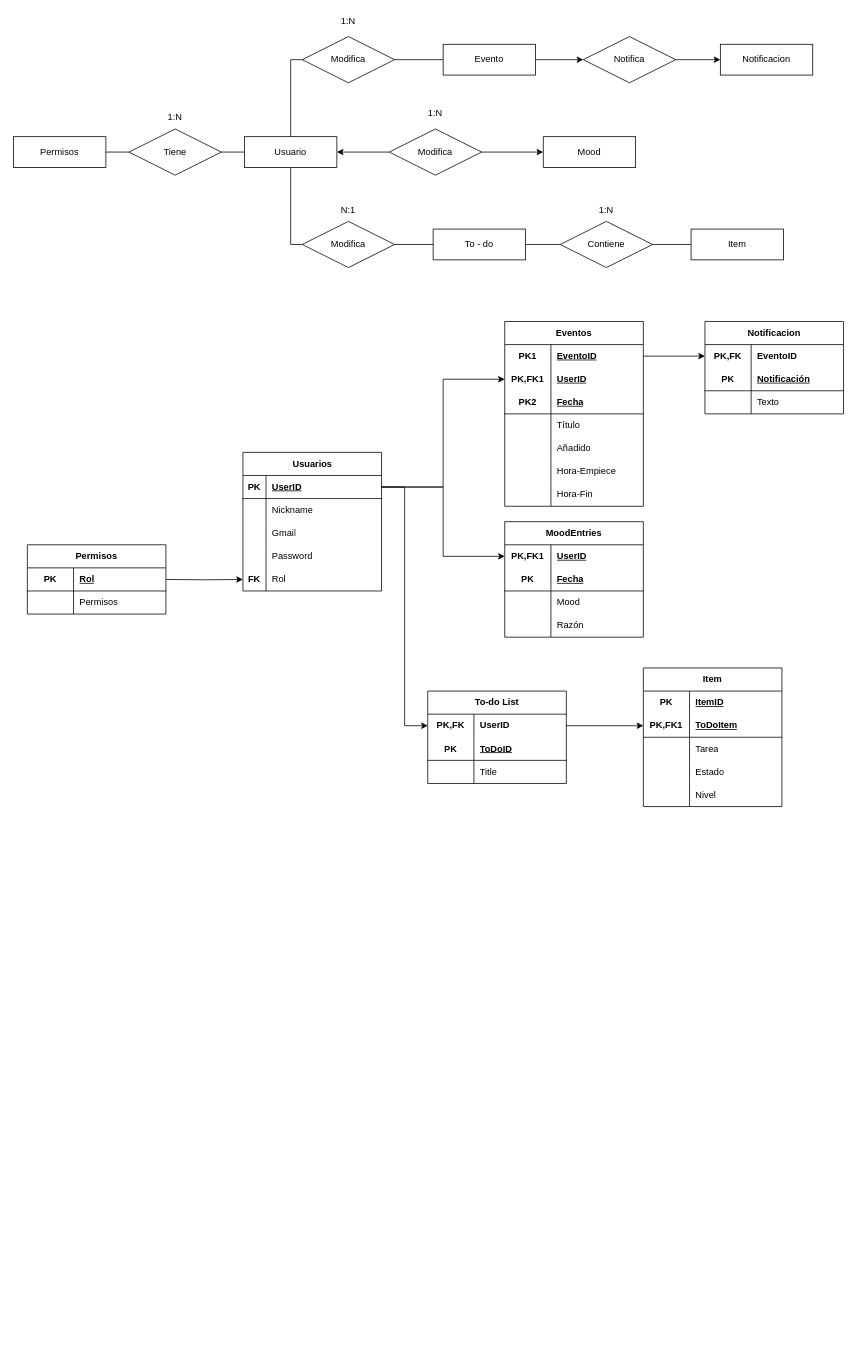
Earlier version of the draw.io diagram BBDD.drawio (Rackxso/LiveNotes). Source tidied: cells renumbered, new cells numbered last; positions are measured from the earlier drawing's top-left corner, leaving out a move shared by most shapes. Both pictures are drawn from the tidied source at 77%, with x=0, y=0 at pixel (13, 13).
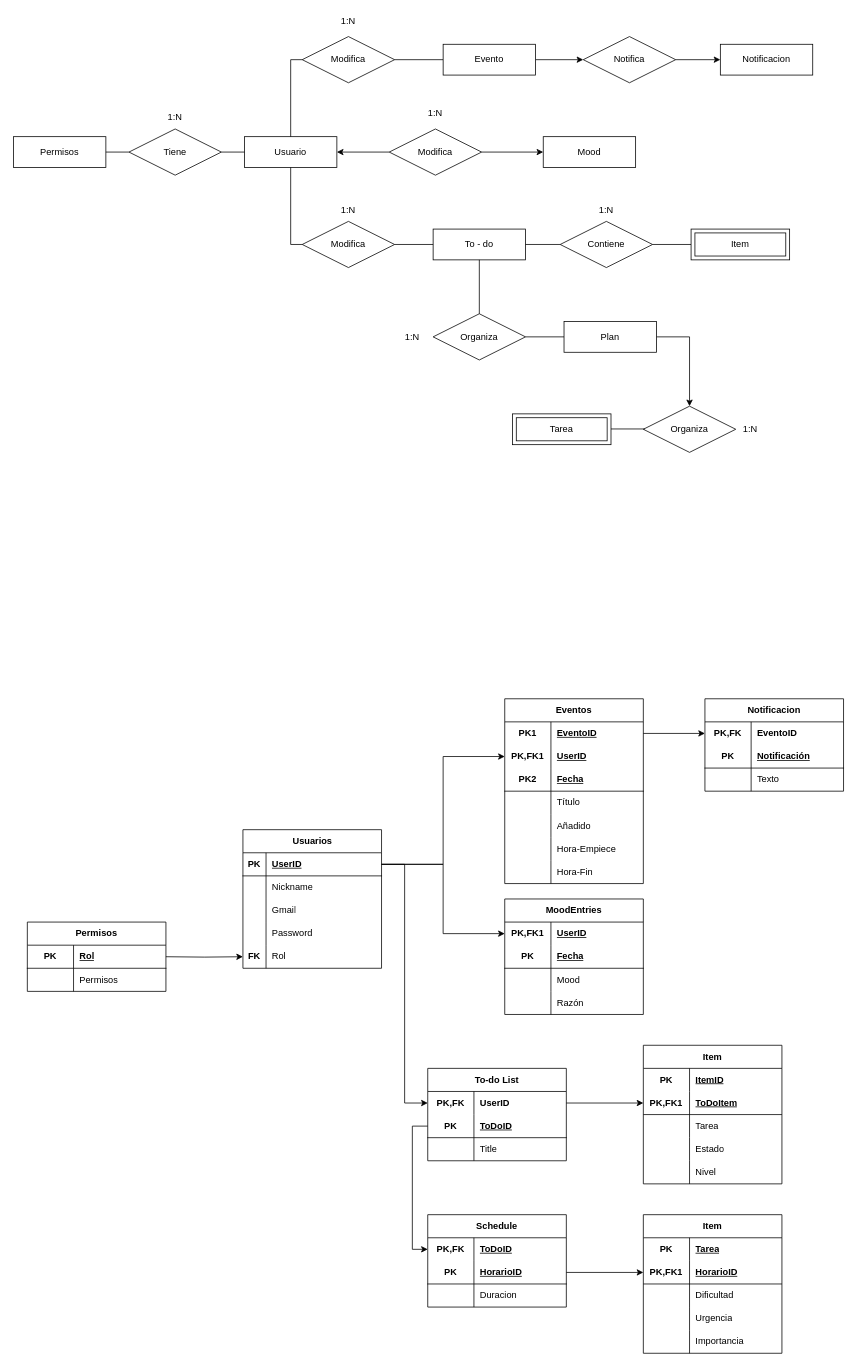
After the change.

Commit message:
Incorporación de la funcionalidad de plan de estudio

The change refers to these unchanged cells:
```xml
<mxCell id="4" value="To - do" style="whiteSpace=wrap;html=1;align=center;" parent="1" vertex="1">
  <mxGeometry x="545" y="280" width="120" height="40" as="geometry" />
</mxCell>
<mxCell id="28" style="shape=tableRow;horizontal=0;startSize=0;swimlaneHead=0;swimlaneBody=0;fillColor=none;points=[[0,0.5],[1,0.5]];portConstraint=eastwest;top=0;left=0;right=0;bottom=0;" parent="15" vertex="1">
  <mxGeometry y="150" width="180" height="30" as="geometry" />
</mxCell>
<mxCell id="97" value="Contiene" style="shape=rhombus;perimeter=rhombusPerimeter;whiteSpace=wrap;html=1;align=center;" parent="1" vertex="1">
  <mxGeometry x="710" y="270" width="120" height="60" as="geometry" />
</mxCell>
<mxCell id="105" style="shape=tableRow;horizontal=0;startSize=0;swimlaneHead=0;swimlaneBody=0;fillColor=none;points=[[0,0.5],[1,0.5]];portConstraint=eastwest;top=0;left=0;right=0;bottom=1;" parent="101" vertex="1">
  <mxGeometry y="60" width="180" height="30" as="geometry" />
</mxCell>
```

Diff of the diagram source:
```diff
@@
-    <mxCell id="14" value="N:1" style="text;html=1;whiteSpace=wrap;strokeColor=none;fillColor=none;align=center;verticalAlign=middle;rounded=0;" parent="1" vertex="1">
+    <mxCell id="14" value="1:N" style="text;html=1;whiteSpace=wrap;strokeColor=none;fillColor=none;align=center;verticalAlign=middle;rounded=0;" parent="1" vertex="1">
       <mxGeometry x="405" y="240" width="60" height="30" as="geometry" />
     </mxCell>
     <mxCell id="15" value="Usuarios" style="shape=table;startSize=30;childLayout=tableLayout;rowLines=0;fontStyle=1;align=center;html=1;" parent="1" vertex="1">
-      <mxGeometry x="298" y="570" width="180" height="180" as="geometry" />
+      <mxGeometry x="298" y="1060" width="180" height="180" as="geometry" />
     </mxCell>
@@
     <mxCell id="35" value="Eventos" style="shape=table;startSize=30;childLayout=tableLayout;rowLines=0;fontStyle=1;align=center;html=1;whiteSpace=wrap;" parent="1" vertex="1">
-      <mxGeometry x="638" y="400" width="180" height="240" as="geometry" />
+      <mxGeometry x="638" y="890" width="180" height="240" as="geometry" />
     </mxCell>
@@
     <mxCell id="58" value="MoodEntries" style="shape=table;startSize=30;childLayout=tableLayout;rowLines=0;fontStyle=1;align=center;html=1;whiteSpace=wrap;" parent="1" vertex="1">
-      <mxGeometry x="638" y="660" width="180" height="150" as="geometry" />
+      <mxGeometry x="638" y="1150" width="180" height="150" as="geometry" />
     </mxCell>
@@
     <mxCell id="72" style="edgeStyle=orthogonalEdgeStyle;rounded=0;jettySize=auto;html=1;entryX=0;entryY=0.5;entryDx=0;entryDy=0;exitX=1;exitY=0.5;exitDx=0;exitDy=0;" parent="1" edge="1" target="28">
       <mxGeometry relative="1" as="geometry">
-        <mxPoint x="198" y="735" as="sourcePoint" />
+        <mxPoint x="198" y="1225" as="sourcePoint" />
       </mxGeometry>
     </mxCell>
     <mxCell id="73" value="Permisos" style="shape=table;startSize=30;childLayout=tableLayout;rowLines=0;fontStyle=1;align=center;html=1;whiteSpace=wrap;" parent="1" vertex="1">
-      <mxGeometry x="18" y="690" width="180" height="90" as="geometry" />
+      <mxGeometry x="18" y="1180" width="180" height="90" as="geometry" />
     </mxCell>
@@
     <mxCell id="80" value="Item" style="shape=table;startSize=30;childLayout=tableLayout;rowLines=0;fontStyle=1;align=center;html=1;whiteSpace=wrap;" parent="1" vertex="1">
-      <mxGeometry x="818" y="850" width="180" height="180" as="geometry" />
+      <mxGeometry x="818" y="1340" width="180" height="180" as="geometry" />
     </mxCell>
@@
-    <mxCell id="96" value="Item" style="whiteSpace=wrap;html=1;align=center;" parent="1" vertex="1">
-      <mxGeometry x="880" y="280" width="120" height="40" as="geometry" />
-    </mxCell>
@@
-    <mxCell id="98" style="endArrow=none;html=1;rounded=0;entryX=0;entryY=0.5;entryDx=0;entryDy=0;exitX=1;exitY=0.5;exitDx=0;exitDy=0;" parent="1" edge="1" source="97" target="96">
-      <mxGeometry relative="1" as="geometry" />
+    <mxCell id="98" style="endArrow=none;html=1;rounded=0;entryX=0;entryY=0.5;entryDx=0;entryDy=0;exitX=1;exitY=0.5;exitDx=0;exitDy=0;" parent="1" edge="1" source="97">
+      <mxGeometry relative="1" as="geometry">
+        <mxPoint x="880" y="300" as="targetPoint" />
+      </mxGeometry>
     </mxCell>
@@
     <mxCell id="101" value="To-do List" style="shape=table;startSize=30;childLayout=tableLayout;rowLines=0;fontStyle=1;align=center;html=1;whiteSpace=wrap;" parent="1" vertex="1">
-      <mxGeometry x="538" y="880" width="180" height="120" as="geometry" />
+      <mxGeometry x="538" y="1370" width="180" height="120" as="geometry" />
     </mxCell>
@@
     <mxCell id="118" style="line;strokeWidth=1;dashed=0;labelPosition=right;align=left;verticalAlign=middle;spacingTop=0;spacingLeft=6;" parent="1" vertex="1">
-      <mxGeometry x="818" y="935" width="180" height="10" as="geometry" />
+      <mxGeometry x="818" y="1425" width="180" height="10" as="geometry" />
     </mxCell>
@@
     <mxCell id="122" value="Notificacion" style="shape=table;startSize=30;childLayout=tableLayout;rowLines=0;fontStyle=1;align=center;html=1;whiteSpace=wrap;" parent="1" vertex="1">
-      <mxGeometry x="898" y="400" width="180" height="120" as="geometry" />
+      <mxGeometry x="898" y="890" width="180" height="120" as="geometry" />
     </mxCell>
@@
+    <mxCell id="133" style="edgeStyle=orthogonalEdgeStyle;rounded=0;jettySize=auto;html=1;entryX=0.5;entryY=0;entryDx=0;entryDy=0;exitX=1;exitY=0.5;exitDx=0;exitDy=0;" parent="1" edge="1" source="134" target="138">
+      <mxGeometry relative="1" as="geometry" />
+    </mxCell>
+    <mxCell id="134" value="Plan" style="whiteSpace=wrap;html=1;align=center;" parent="1" vertex="1">
+      <mxGeometry x="715" y="400" width="120" height="40" as="geometry" />
+    </mxCell>
+    <mxCell id="135" value="Organiza" style="shape=rhombus;perimeter=rhombusPerimeter;whiteSpace=wrap;html=1;align=center;" parent="1" vertex="1">
+      <mxGeometry x="545" y="390" width="120" height="60" as="geometry" />
+    </mxCell>
+    <mxCell id="136" style="endArrow=none;html=1;rounded=0;entryX=0;entryY=0.5;entryDx=0;entryDy=0;exitX=1;exitY=0.5;exitDx=0;exitDy=0;" parent="1" edge="1" source="135" target="134">
+      <mxGeometry relative="1" as="geometry" />
+    </mxCell>
+    <mxCell id="137" value="1:N" style="text;html=1;whiteSpace=wrap;strokeColor=none;fillColor=none;align=center;verticalAlign=middle;rounded=0;" parent="1" vertex="1">
+      <mxGeometry x="488" y="405" width="60" height="30" as="geometry" />
+    </mxCell>
+    <mxCell id="138" value="Organiza" style="shape=rhombus;perimeter=rhombusPerimeter;whiteSpace=wrap;html=1;align=center;" parent="1" vertex="1">
+      <mxGeometry x="818" y="510" width="120" height="60" as="geometry" />
+    </mxCell>
+    <mxCell id="139" value="1:N" style="text;html=1;whiteSpace=wrap;strokeColor=none;fillColor=none;align=center;verticalAlign=middle;rounded=0;" parent="1" vertex="1">
+      <mxGeometry x="927" y="525" width="60" height="30" as="geometry" />
+    </mxCell>
+    <mxCell id="140" style="endArrow=none;html=1;rounded=0;entryX=0;entryY=0.5;entryDx=0;entryDy=0;exitX=1;exitY=0.5;exitDx=0;exitDy=0;" parent="1" edge="1">
+      <mxGeometry relative="1" as="geometry">
+        <mxPoint x="770" y="539.6" as="sourcePoint" />
+        <mxPoint x="820" y="539.6" as="targetPoint" />
+      </mxGeometry>
+    </mxCell>
+    <mxCell id="141" value="Item" style="shape=ext;margin=3;double=1;whiteSpace=wrap;html=1;align=center;" parent="1" vertex="1">
+      <mxGeometry x="880" y="280" width="128" height="40" as="geometry" />
+    </mxCell>
+    <mxCell id="142" value="Tarea" style="shape=ext;margin=3;double=1;whiteSpace=wrap;html=1;align=center;" parent="1" vertex="1">
+      <mxGeometry x="648" y="520" width="128" height="40" as="geometry" />
+    </mxCell>
+    <mxCell id="143" style="endArrow=none;html=1;rounded=0;entryX=0.5;entryY=1;entryDx=0;entryDy=0;exitX=0.5;exitY=0;exitDx=0;exitDy=0;" parent="1" edge="1" source="135" target="4">
+      <mxGeometry relative="1" as="geometry" />
+    </mxCell>
+    <mxCell id="144" value="Item" style="shape=table;startSize=30;childLayout=tableLayout;rowLines=0;fontStyle=1;align=center;html=1;whiteSpace=wrap;" parent="1" vertex="1">
+      <mxGeometry x="818" y="1560" width="180" height="180" as="geometry" />
+    </mxCell>
+    <mxCell id="145" style="shape=tableRow;horizontal=0;startSize=0;swimlaneHead=0;swimlaneBody=0;fillColor=none;top=0;left=0;right=0;bottom=0;html=1;" parent="144" vertex="1">
+      <mxGeometry y="30" width="180" height="30" as="geometry" />
+    </mxCell>
+    <mxCell id="146" value="PK" style="shape=partialRectangle;fillColor=none;top=0;left=0;bottom=0;right=0;fontStyle=1;overflow=hidden;html=1;whiteSpace=wrap;" parent="145" vertex="1">
+      <mxGeometry width="60" height="30" as="geometry" />
+    </mxCell>
+    <mxCell id="147" value="Tarea" style="shape=partialRectangle;fillColor=none;top=0;left=0;bottom=0;right=0;align=left;spacingLeft=6;fontStyle=5;overflow=hidden;html=1;whiteSpace=wrap;" parent="145" vertex="1">
+      <mxGeometry x="60" width="120" height="30" as="geometry" />
+    </mxCell>
+    <mxCell id="148" style="shape=tableRow;horizontal=0;startSize=0;swimlaneHead=0;swimlaneBody=0;fillColor=none;points=[[0,0.5],[1,0.5]];portConstraint=eastwest;top=0;left=0;right=0;bottom=0;html=1;strokeWidth=10;" parent="144" vertex="1">
+      <mxGeometry y="60" width="180" height="30" as="geometry" />
+    </mxCell>
+    <mxCell id="149" value="PK,FK1" style="shape=partialRectangle;fillColor=none;top=0;left=0;bottom=0;right=0;fontStyle=1;overflow=hidden;html=1;whiteSpace=wrap;perimeterSpacing=3;" parent="148" vertex="1">
+      <mxGeometry width="60" height="30" as="geometry" />
+    </mxCell>
+    <mxCell id="150" value="HorarioID" style="shape=partialRectangle;fillColor=none;top=0;left=0;bottom=0;right=0;align=left;spacingLeft=6;fontStyle=5;overflow=hidden;html=1;whiteSpace=wrap;perimeterSpacing=3;" parent="148" vertex="1">
+      <mxGeometry x="60" width="120" height="30" as="geometry" />
+    </mxCell>
+    <mxCell id="151" style="shape=tableRow;horizontal=0;startSize=0;swimlaneHead=0;swimlaneBody=0;fillColor=none;top=0;left=0;right=0;bottom=0;html=1;" parent="144" vertex="1">
+      <mxGeometry y="90" width="180" height="30" as="geometry" />
+    </mxCell>
+    <mxCell id="152" style="shape=partialRectangle;fillColor=none;top=0;left=0;bottom=0;right=0;overflow=hidden;html=1;whiteSpace=wrap;" parent="151" vertex="1">
+      <mxGeometry width="60" height="30" as="geometry" />
+    </mxCell>
+    <mxCell id="153" value="Dificultad" style="shape=partialRectangle;fillColor=none;top=0;left=0;bottom=0;right=0;align=left;spacingLeft=6;overflow=hidden;html=1;whiteSpace=wrap;" parent="151" vertex="1">
+      <mxGeometry x="60" width="120" height="30" as="geometry" />
+    </mxCell>
+    <mxCell id="154" style="shape=tableRow;horizontal=0;startSize=0;swimlaneHead=0;swimlaneBody=0;fillColor=none;top=0;left=0;right=0;bottom=0;html=1;" parent="144" vertex="1">
+      <mxGeometry y="120" width="180" height="30" as="geometry" />
+    </mxCell>
+    <mxCell id="155" style="shape=partialRectangle;fillColor=none;top=0;left=0;bottom=0;right=0;overflow=hidden;html=1;whiteSpace=wrap;" parent="154" vertex="1">
+      <mxGeometry width="60" height="30" as="geometry" />
+    </mxCell>
+    <mxCell id="156" value="Urgencia" style="shape=partialRectangle;fillColor=none;top=0;left=0;bottom=0;right=0;align=left;spacingLeft=6;overflow=hidden;html=1;whiteSpace=wrap;" parent="154" vertex="1">
+      <mxGeometry x="60" width="120" height="30" as="geometry" />
+    </mxCell>
+    <mxCell id="157" style="shape=tableRow;horizontal=0;startSize=0;swimlaneHead=0;swimlaneBody=0;fillColor=none;top=0;left=0;right=0;bottom=0;html=1;" parent="144" vertex="1">
+      <mxGeometry y="150" width="180" height="30" as="geometry" />
+    </mxCell>
+    <mxCell id="158" style="shape=partialRectangle;fillColor=none;top=0;left=0;bottom=0;right=0;overflow=hidden;html=1;whiteSpace=wrap;" parent="157" vertex="1">
+      <mxGeometry width="60" height="30" as="geometry" />
+    </mxCell>
+    <mxCell id="159" value="Importancia" style="shape=partialRectangle;fillColor=none;top=0;left=0;bottom=0;right=0;align=left;spacingLeft=6;overflow=hidden;html=1;whiteSpace=wrap;" parent="157" vertex="1">
+      <mxGeometry x="60" width="120" height="30" as="geometry" />
+    </mxCell>
+    <mxCell id="160" value="Schedule" style="shape=table;startSize=30;childLayout=tableLayout;rowLines=0;fontStyle=1;align=center;html=1;whiteSpace=wrap;" parent="1" vertex="1">
+      <mxGeometry x="538" y="1560" width="180" height="120" as="geometry" />
+    </mxCell>
+    <mxCell id="161" style="shape=tableRow;horizontal=0;startSize=0;swimlaneHead=0;swimlaneBody=0;fillColor=none;points=[[0,0.5],[1,0.5]];portConstraint=eastwest;top=0;left=0;right=0;bottom=0;" parent="160" vertex="1">
+      <mxGeometry y="30" width="180" height="30" as="geometry" />
+    </mxCell>
+    <mxCell id="162" value="&lt;b&gt;PK,FK&lt;/b&gt;" style="shape=partialRectangle;fillColor=none;top=0;left=0;bottom=0;right=0;fontStyle=0;overflow=hidden;whiteSpace=wrap;html=1;" parent="161" vertex="1">
+      <mxGeometry width="60" height="30" as="geometry" />
+    </mxCell>
+    <mxCell id="163" value="&lt;span style=&quot;font-weight: 700; text-decoration-line: underline;&quot;&gt;ToDoID&lt;/span&gt;" style="shape=partialRectangle;fillColor=none;top=0;left=0;bottom=0;right=0;align=left;spacingLeft=6;fontStyle=0;overflow=hidden;whiteSpace=wrap;html=1;" parent="161" vertex="1">
+      <mxGeometry x="60" width="120" height="30" as="geometry" />
+    </mxCell>
+    <mxCell id="164" style="shape=tableRow;horizontal=0;startSize=0;swimlaneHead=0;swimlaneBody=0;fillColor=none;points=[[0,0.5],[1,0.5]];portConstraint=eastwest;top=0;left=0;right=0;bottom=1;" parent="160" vertex="1">
+      <mxGeometry y="60" width="180" height="30" as="geometry" />
+    </mxCell>
+    <mxCell id="165" value="PK" style="shape=partialRectangle;fillColor=none;top=0;left=0;bottom=0;right=0;fontStyle=1;overflow=hidden;whiteSpace=wrap;html=1;" parent="164" vertex="1">
+      <mxGeometry width="60" height="30" as="geometry" />
+    </mxCell>
+    <mxCell id="166" value="HorarioID" style="shape=partialRectangle;fillColor=none;top=0;left=0;bottom=0;right=0;align=left;spacingLeft=6;fontStyle=5;overflow=hidden;whiteSpace=wrap;html=1;" parent="164" vertex="1">
+      <mxGeometry x="60" width="120" height="30" as="geometry" />
+    </mxCell>
+    <mxCell id="167" style="shape=tableRow;horizontal=0;startSize=0;swimlaneHead=0;swimlaneBody=0;fillColor=none;top=0;left=0;right=0;bottom=0;html=1;" parent="160" vertex="1">
+      <mxGeometry y="90" width="180" height="30" as="geometry" />
+    </mxCell>
+    <mxCell id="168" style="shape=partialRectangle;fillColor=none;top=0;left=0;bottom=0;right=0;overflow=hidden;html=1;whiteSpace=wrap;" parent="167" vertex="1">
+      <mxGeometry width="60" height="30" as="geometry" />
+    </mxCell>
+    <mxCell id="169" value="Duracion" style="shape=partialRectangle;fillColor=none;top=0;left=0;bottom=0;right=0;align=left;spacingLeft=6;overflow=hidden;html=1;whiteSpace=wrap;" parent="167" vertex="1">
+      <mxGeometry x="60" width="120" height="30" as="geometry" />
+    </mxCell>
+    <mxCell id="170" style="line;strokeWidth=1;dashed=0;labelPosition=right;align=left;verticalAlign=middle;spacingTop=0;spacingLeft=6;" parent="1" vertex="1">
+      <mxGeometry x="818" y="1645" width="180" height="10" as="geometry" />
+    </mxCell>
+    <mxCell id="171" style="edgeStyle=orthogonalEdgeStyle;rounded=0;jettySize=auto;html=1;entryX=0;entryY=0.5;entryDx=0;entryDy=0;" parent="1" edge="1" source="105" target="161">
+      <mxGeometry relative="1" as="geometry" />
+    </mxCell>
+    <mxCell id="172" style="edgeStyle=orthogonalEdgeStyle;rounded=0;jettySize=auto;html=1;entryX=0;entryY=0.5;entryDx=0;entryDy=0;" parent="1" edge="1" source="164" target="148">
+      <mxGeometry relative="1" as="geometry" />
+    </mxCell>
```
